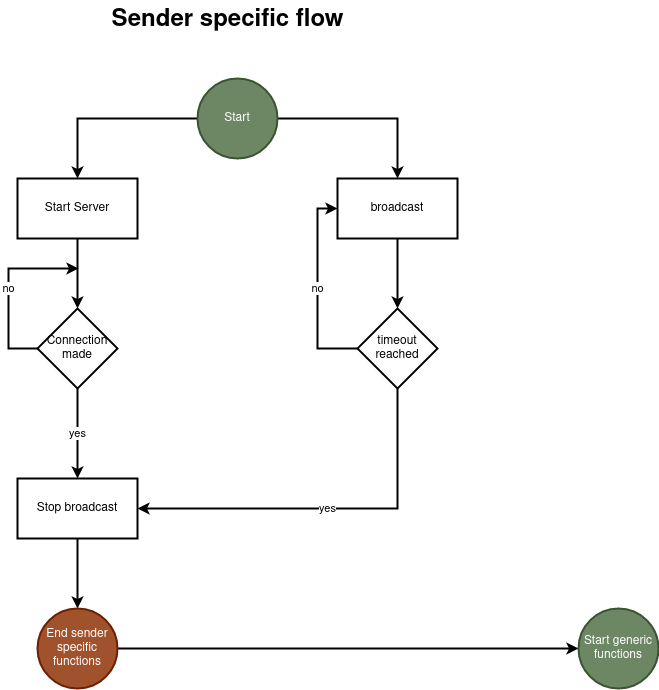
Above: application flow.drawio.png in 321swift/swift (draw.io), before the change. Source tidied: cells renumbered, new cells last; positions are measured from the earlier drawing's top-left corner, leaving out a move shared by most shapes.
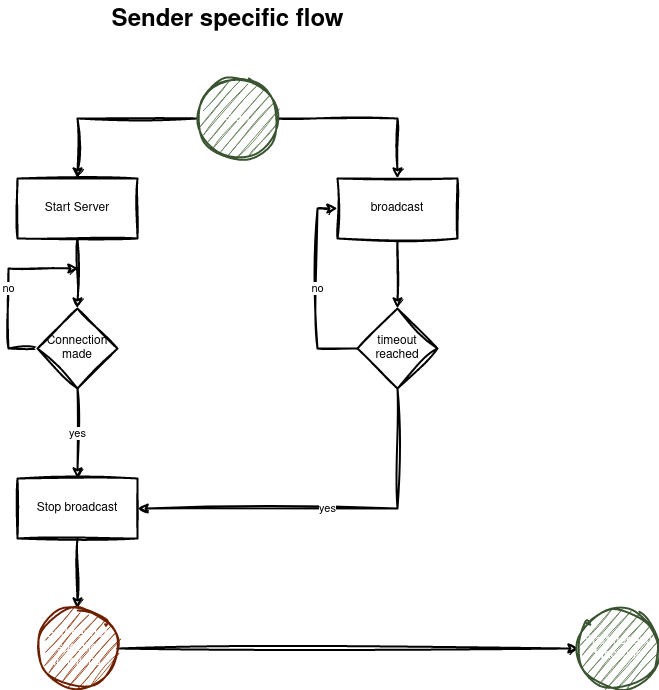
The same file after the commit.

Diff of the diagram source:
```diff
@@ -2,31 +2,31 @@
   <root>
     <mxCell id="0" />
     <mxCell id="1" parent="0" />
-    <mxCell id="2" style="edgeStyle=orthogonalEdgeStyle;rounded=0;jettySize=auto;html=1;strokeWidth=2;fontFamily=Helvetica;" parent="1" edge="1" source="4" target="6">
+    <mxCell id="2" style="edgeStyle=orthogonalEdgeStyle;rounded=0;jettySize=auto;html=1;strokeWidth=2;fontFamily=Helvetica;sketch=1;curveFitting=1;jiggle=2;shadow=0;" parent="1" edge="1" source="4" target="6">
       <mxGeometry relative="1" as="geometry" />
     </mxCell>
-    <mxCell id="3" style="edgeStyle=orthogonalEdgeStyle;rounded=0;jettySize=auto;html=1;strokeWidth=2;fontFamily=Helvetica;" parent="1" edge="1" source="4" target="8">
+    <mxCell id="3" style="edgeStyle=orthogonalEdgeStyle;rounded=0;jettySize=auto;html=1;strokeWidth=2;fontFamily=Helvetica;sketch=1;curveFitting=1;jiggle=2;shadow=0;" parent="1" edge="1" source="4" target="8">
       <mxGeometry relative="1" as="geometry" />
     </mxCell>
-    <mxCell id="4" value="Start" style="ellipse;whiteSpace=wrap;html=1;fillColor=#6d8764;strokeColor=#3A5431;fontColor=#ffffff;strokeWidth=2;fontFamily=Helvetica;" parent="1" vertex="1">
+    <mxCell id="4" value="Start" style="ellipse;whiteSpace=wrap;html=1;fillColor=#6d8764;strokeColor=#3A5431;fontColor=#ffffff;strokeWidth=2;fontFamily=Helvetica;sketch=1;curveFitting=1;jiggle=2;shadow=0;" parent="1" vertex="1">
       <mxGeometry x="189" y="78" width="80" height="80" as="geometry" />
     </mxCell>
-    <mxCell id="5" style="edgeStyle=orthogonalEdgeStyle;rounded=0;jettySize=auto;html=1;strokeWidth=2;fontFamily=Helvetica;" parent="1" edge="1" source="6" target="11">
+    <mxCell id="5" style="edgeStyle=orthogonalEdgeStyle;rounded=0;jettySize=auto;html=1;strokeWidth=2;fontFamily=Helvetica;sketch=1;curveFitting=1;jiggle=2;shadow=0;" parent="1" edge="1" source="6" target="11">
       <mxGeometry relative="1" as="geometry" />
     </mxCell>
-    <mxCell id="6" value="Start Server" style="whiteSpace=wrap;html=1;strokeWidth=2;fontFamily=Helvetica;" parent="1" vertex="1">
+    <mxCell id="6" value="Start Server" style="whiteSpace=wrap;html=1;strokeWidth=2;fontFamily=Helvetica;sketch=1;curveFitting=1;jiggle=2;shadow=0;" parent="1" vertex="1">
       <mxGeometry x="9" y="178" width="120" height="60" as="geometry" />
     </mxCell>
-    <mxCell id="7" style="edgeStyle=orthogonalEdgeStyle;rounded=0;jettySize=auto;html=1;strokeWidth=2;fontFamily=Helvetica;" parent="1" edge="1" source="8" target="14">
+    <mxCell id="7" style="edgeStyle=orthogonalEdgeStyle;rounded=0;jettySize=auto;html=1;strokeWidth=2;fontFamily=Helvetica;sketch=1;curveFitting=1;jiggle=2;shadow=0;" parent="1" edge="1" source="8" target="14">
       <mxGeometry relative="1" as="geometry" />
     </mxCell>
-    <mxCell id="8" value="broadcast" style="whiteSpace=wrap;html=1;strokeWidth=2;fontFamily=Helvetica;" parent="1" vertex="1">
+    <mxCell id="8" value="broadcast" style="whiteSpace=wrap;html=1;strokeWidth=2;fontFamily=Helvetica;sketch=1;curveFitting=1;jiggle=2;shadow=0;" parent="1" vertex="1">
       <mxGeometry x="329" y="178" width="120" height="60" as="geometry" />
     </mxCell>
-    <mxCell id="9" value="yes" style="edgeStyle=orthogonalEdgeStyle;rounded=0;jettySize=auto;html=1;strokeWidth=2;fontFamily=Helvetica;" parent="1" edge="1" source="11" target="16">
+    <mxCell id="9" value="yes" style="edgeStyle=orthogonalEdgeStyle;rounded=0;jettySize=auto;html=1;strokeWidth=2;fontFamily=Helvetica;sketch=1;curveFitting=1;jiggle=2;shadow=0;" parent="1" edge="1" source="11" target="16">
       <mxGeometry relative="1" as="geometry" />
     </mxCell>
-    <mxCell id="10" value="no" style="edgeStyle=orthogonalEdgeStyle;rounded=0;orthogonalLoop=1;jettySize=auto;html=1;strokeWidth=2;fontFamily=Helvetica;" parent="1" edge="1">
+    <mxCell id="10" value="no" style="edgeStyle=orthogonalEdgeStyle;rounded=0;orthogonalLoop=1;jettySize=auto;html=1;strokeWidth=2;fontFamily=Helvetica;sketch=1;curveFitting=1;jiggle=2;shadow=0;" parent="1" edge="1">
       <mxGeometry relative="1" as="geometry">
         <mxPoint x="30" y="348" as="sourcePoint" />
         <mxPoint x="70" y="268" as="targetPoint" />
@@ -36,17 +36,17 @@
         </Array>
       </mxGeometry>
     </mxCell>
-    <mxCell id="11" value="Connection made" style="rhombus;whiteSpace=wrap;html=1;strokeWidth=2;fontFamily=Helvetica;" parent="1" vertex="1">
+    <mxCell id="11" value="Connection made" style="rhombus;whiteSpace=wrap;html=1;strokeWidth=2;fontFamily=Helvetica;sketch=1;curveFitting=1;jiggle=2;shadow=0;" parent="1" vertex="1">
       <mxGeometry x="29" y="308" width="80" height="80" as="geometry" />
     </mxCell>
-    <mxCell id="12" value="yes" style="edgeStyle=orthogonalEdgeStyle;rounded=0;jettySize=auto;html=1;entryX=1;entryY=0.5;entryDx=0;entryDy=0;strokeWidth=2;fontFamily=Helvetica;" parent="1" edge="1" source="14" target="16">
+    <mxCell id="12" value="yes" style="edgeStyle=orthogonalEdgeStyle;rounded=0;jettySize=auto;html=1;entryX=1;entryY=0.5;entryDx=0;entryDy=0;strokeWidth=2;fontFamily=Helvetica;sketch=1;curveFitting=1;jiggle=2;shadow=0;" parent="1" edge="1" source="14" target="16">
       <mxGeometry relative="1" as="geometry">
         <Array as="points">
           <mxPoint x="389" y="508" />
         </Array>
       </mxGeometry>
     </mxCell>
-    <mxCell id="13" value="no" style="edgeStyle=orthogonalEdgeStyle;rounded=0;jettySize=auto;html=1;entryX=0;entryY=0.5;entryDx=0;entryDy=0;strokeWidth=2;fontFamily=Helvetica;" parent="1" edge="1" source="14" target="8">
+    <mxCell id="13" value="no" style="edgeStyle=orthogonalEdgeStyle;rounded=0;jettySize=auto;html=1;entryX=0;entryY=0.5;entryDx=0;entryDy=0;strokeWidth=2;fontFamily=Helvetica;sketch=1;curveFitting=1;jiggle=2;shadow=0;" parent="1" edge="1" source="14" target="8">
       <mxGeometry relative="1" as="geometry">
         <Array as="points">
           <mxPoint x="309" y="348" />
@@ -54,25 +54,25 @@
         </Array>
       </mxGeometry>
     </mxCell>
-    <mxCell id="14" value="timeout reached" style="rhombus;whiteSpace=wrap;html=1;strokeWidth=2;fontFamily=Helvetica;" parent="1" vertex="1">
+    <mxCell id="14" value="timeout reached" style="rhombus;whiteSpace=wrap;html=1;strokeWidth=2;fontFamily=Helvetica;sketch=1;curveFitting=1;jiggle=2;shadow=0;" parent="1" vertex="1">
       <mxGeometry x="349" y="308" width="80" height="80" as="geometry" />
     </mxCell>
-    <mxCell id="15" style="edgeStyle=orthogonalEdgeStyle;rounded=0;jettySize=auto;html=1;strokeWidth=2;fontFamily=Helvetica;" parent="1" edge="1" source="16" target="18">
+    <mxCell id="15" style="edgeStyle=orthogonalEdgeStyle;rounded=0;jettySize=auto;html=1;strokeWidth=2;fontFamily=Helvetica;sketch=1;curveFitting=1;jiggle=2;shadow=0;" parent="1" edge="1" source="16" target="18">
       <mxGeometry relative="1" as="geometry" />
     </mxCell>
-    <mxCell id="16" value="Stop broadcast" style="whiteSpace=wrap;html=1;strokeWidth=2;fontFamily=Helvetica;" parent="1" vertex="1">
+    <mxCell id="16" value="Stop broadcast" style="whiteSpace=wrap;html=1;strokeWidth=2;fontFamily=Helvetica;sketch=1;curveFitting=1;jiggle=2;shadow=0;" parent="1" vertex="1">
       <mxGeometry x="9" y="478" width="120" height="60" as="geometry" />
     </mxCell>
-    <mxCell id="17" style="edgeStyle=orthogonalEdgeStyle;rounded=0;jettySize=auto;html=1;strokeWidth=2;" parent="1" edge="1" source="18" target="19">
+    <mxCell id="17" style="edgeStyle=orthogonalEdgeStyle;rounded=0;jettySize=auto;html=1;strokeWidth=2;sketch=1;curveFitting=1;jiggle=2;shadow=0;" parent="1" edge="1" source="18" target="19">
       <mxGeometry relative="1" as="geometry" />
     </mxCell>
-    <mxCell id="18" value="End sender specific functions" style="ellipse;whiteSpace=wrap;html=1;fillColor=#a0522d;fontColor=#ffffff;strokeColor=#6D1F00;strokeWidth=2;fontFamily=Helvetica;" parent="1" vertex="1">
+    <mxCell id="18" value="End sender specific functions" style="ellipse;whiteSpace=wrap;html=1;fillColor=#a0522d;fontColor=#ffffff;strokeColor=#6D1F00;strokeWidth=2;fontFamily=Helvetica;sketch=1;curveFitting=1;jiggle=2;shadow=0;" parent="1" vertex="1">
       <mxGeometry x="29" y="608" width="80" height="80" as="geometry" />
     </mxCell>
-    <mxCell id="19" value="Start generic functions" style="ellipse;whiteSpace=wrap;html=1;fillColor=#6d8764;strokeColor=#3A5431;fontColor=#ffffff;strokeWidth=2;" parent="1" vertex="1">
+    <mxCell id="19" value="Start generic functions" style="ellipse;whiteSpace=wrap;html=1;fillColor=#6d8764;strokeColor=#3A5431;fontColor=#ffffff;strokeWidth=2;sketch=1;curveFitting=1;jiggle=2;shadow=0;" parent="1" vertex="1">
       <mxGeometry x="570" y="608" width="80" height="80" as="geometry" />
     </mxCell>
-    <mxCell id="20" value="Sender specific flow" style="text;strokeColor=none;fillColor=none;html=1;fontSize=24;fontStyle=1;verticalAlign=middle;align=center;" parent="1" vertex="1">
+    <mxCell id="20" value="Sender specific flow" style="text;strokeColor=none;fillColor=none;html=1;fontSize=24;fontStyle=1;verticalAlign=middle;align=center;sketch=1;curveFitting=1;jiggle=2;shadow=0;" parent="1" vertex="1">
       <mxGeometry x="169" width="100" height="40" as="geometry" />
     </mxCell>
   </root>
```
